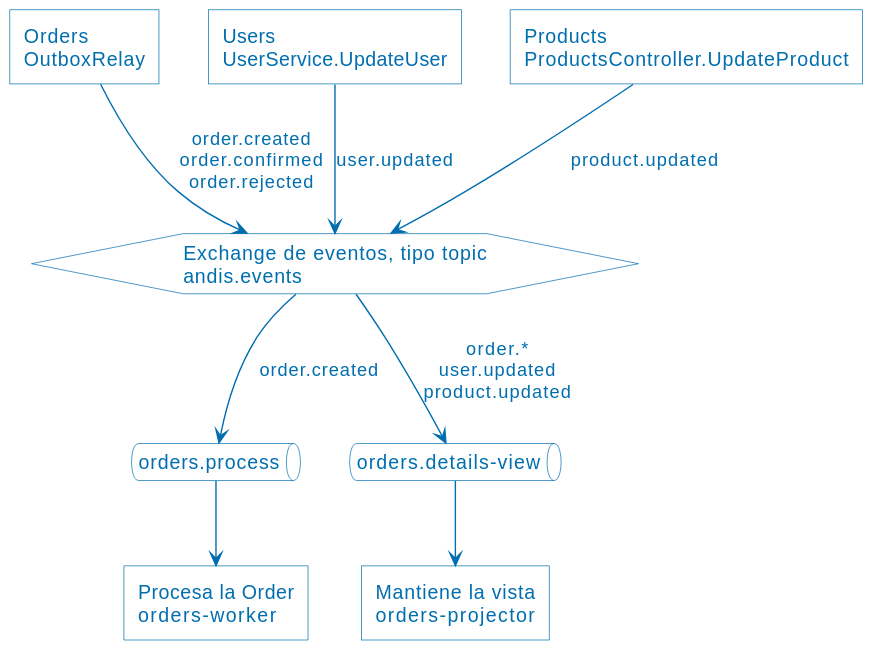
Earlier version of the PlantUML export assets/14-publisher-subscriber.svg (ucudal/ANDIS2_UT4_DEMO1). Its diagram source:
```plantuml
@startuml
!include PlantUML.style
rectangle "Orders\nOutboxRelay" as O
rectangle "Users\nUserService.UpdateUser" as U
rectangle "Products\nProductsController.UpdateProduct" as P
hexagon "Exchange de eventos, tipo topic\nandis.events" as X
queue "orders.process" as Q1
queue "orders.details-view" as Q2
rectangle "Procesa la Order\norders-worker" as W
rectangle "Mantiene la vista\norders-projector" as V

O --> X : order.created\norder.confirmed\norder.rejected
U --> X : user.updated
P --> X : product.updated
X --> Q1 : order.created
X --> Q2 : order.*\nuser.updated\nproduct.updated
Q1 --> W
Q2 --> V
@enduml
```
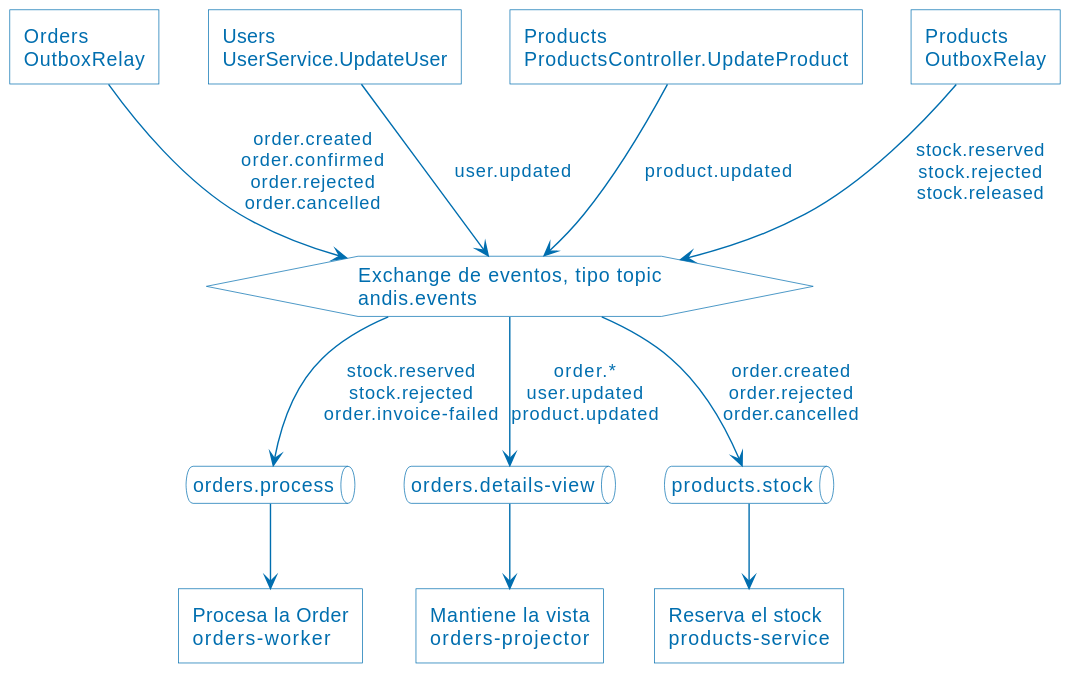
The same diagram one commit later.

What changed in the source:
```diff
@@ -3,17 +3,23 @@
 rectangle "Orders\nOutboxRelay" as O
 rectangle "Users\nUserService.UpdateUser" as U
 rectangle "Products\nProductsController.UpdateProduct" as P
+rectangle "Products\nOutboxRelay" as PO
 hexagon "Exchange de eventos, tipo topic\nandis.events" as X
 queue "orders.process" as Q1
 queue "orders.details-view" as Q2
+queue "products.stock" as Q3
 rectangle "Procesa la Order\norders-worker" as W
 rectangle "Mantiene la vista\norders-projector" as V
+rectangle "Reserva el stock\nproducts-service" as S
 
-O --> X : order.created\norder.confirmed\norder.rejected
+O --> X : order.created\norder.confirmed\norder.rejected\norder.cancelled
 U --> X : user.updated
 P --> X : product.updated
-X --> Q1 : order.created
+PO --> X : stock.reserved\nstock.rejected\nstock.released
+X --> Q1 : stock.reserved\nstock.rejected\norder.invoice-failed
 X --> Q2 : order.*\nuser.updated\nproduct.updated
 Q1 --> W
 Q2 --> V
+X --> Q3 : order.created\norder.rejected\norder.cancelled
+Q3 --> S
 @enduml
```
